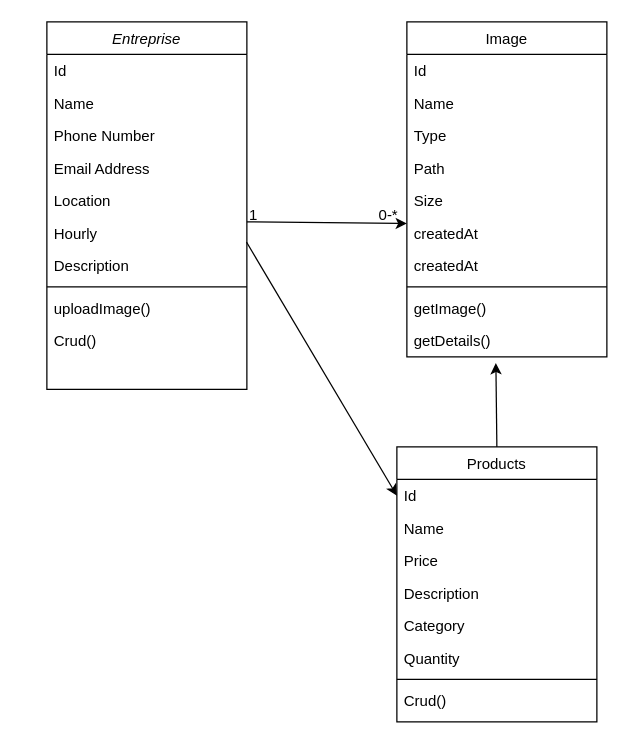
mohamednaffeti/Ressources keeps this draw.io diagram as Untitled Diagram.drawio. Above is the earlier version. Source tidied: cells renumbered, new cells numbered last; positions are measured from the earlier drawing's top-left corner, leaving out a move shared by most shapes. Both pictures are drawn from the tidied source at 125%, with x=0, y=0 at pixel (46, 21).
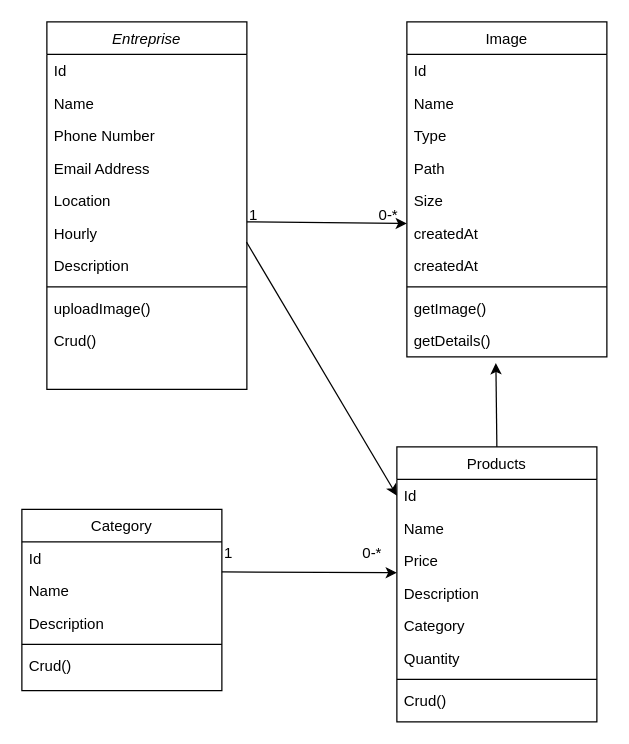
After the change.

Unchanged cells that the change refers to:
```xml
<mxCell id="30" value="Price" style="text;align=left;verticalAlign=top;spacingLeft=4;spacingRight=4;overflow=hidden;points=[[0,0.5],[1,0.5]];portConstraint=eastwest;rounded=0;shadow=0;html=0;" parent="27" vertex="1">
  <mxGeometry y="78" width="160" height="26" as="geometry" />
</mxCell>
```

Diff of the diagram source:
```diff
@@
+    <mxCell id="38" value="Category" style="swimlane;fontStyle=0;align=center;verticalAlign=top;horizontal=1;startSize=26;rounded=0;shadow=0;strokeWidth=1;" parent="1" vertex="1">
+      <mxGeometry x="-20" y="390" width="160" height="145" as="geometry" />
+    </mxCell>
+    <mxCell id="39" value="Id" style="text;align=left;verticalAlign=top;spacingLeft=4;spacingRight=4;overflow=hidden;" parent="38" vertex="1">
+      <mxGeometry y="26" width="160" height="26" as="geometry" />
+    </mxCell>
+    <mxCell id="40" value="Name" style="text;align=left;verticalAlign=top;spacingLeft=4;spacingRight=4;overflow=hidden;" parent="38" vertex="1">
+      <mxGeometry y="52" width="160" height="26" as="geometry" />
+    </mxCell>
+    <mxCell id="41" value="Description " style="text;align=left;verticalAlign=top;spacingLeft=4;spacingRight=4;overflow=hidden;rounded=0;shadow=0;html=0;" parent="38" vertex="1">
+      <mxGeometry y="78" width="160" height="26" as="geometry" />
+    </mxCell>
+    <mxCell id="42" style="line;html=1;strokeWidth=1;align=left;verticalAlign=middle;spacingTop=-1;spacingLeft=3;spacingRight=3;labelPosition=right;" parent="38" vertex="1">
+      <mxGeometry y="104" width="160" height="8" as="geometry" />
+    </mxCell>
+    <mxCell id="43" value="Crud()" style="text;align=left;verticalAlign=top;spacingLeft=4;spacingRight=4;overflow=hidden;" parent="38" vertex="1">
+      <mxGeometry y="112" width="160" height="26" as="geometry" />
+    </mxCell>
+    <mxCell id="44" style="endArrow=classic;html=1;rounded=0;exitX=0.998;exitY=0.773;exitDx=0;exitDy=0;exitPerimeter=0;entryX=0;entryY=0.872;entryDx=0;entryDy=0;entryPerimeter=0;" parent="1" edge="1" target="30">
+      <mxGeometry relative="1" as="geometry">
+        <mxPoint x="140" y="440" as="sourcePoint" />
+      </mxGeometry>
+    </mxCell>
+    <mxCell id="45" value="1" style="text;html=1;align=center;verticalAlign=middle;strokeColor=none;fillColor=none;" parent="1" vertex="1">
+      <mxGeometry x="130" y="410" width="30" height="30" as="geometry" />
+    </mxCell>
+    <mxCell id="46" value="0-*" style="text;html=1;align=center;verticalAlign=middle;strokeColor=none;fillColor=none;" parent="1" vertex="1">
+      <mxGeometry x="240" y="410" width="40" height="30" as="geometry" />
+    </mxCell>
```
